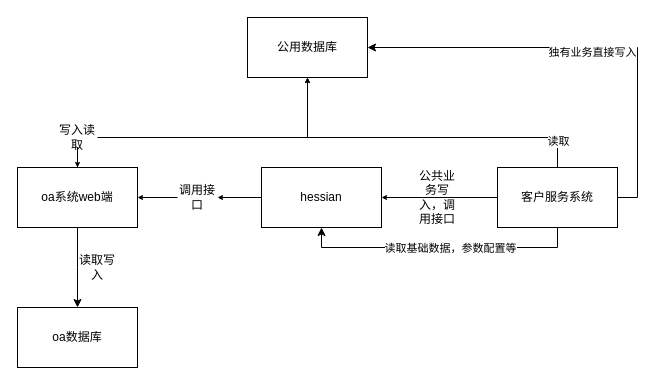
The draw.io diagram newModel.drawio in lin-owen/hello-world, before the edit. Source tidied: cells renumbered, new cells numbered last; positions are measured from the earlier drawing's top-left corner, leaving out a move shared by most shapes. Both pictures are drawn from the tidied source at 100%, with x=0, y=0 at pixel (17, 17).
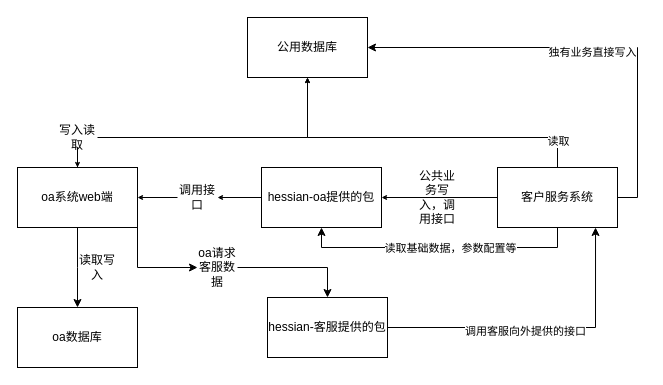
Above is the later version.

Unchanged cells that the change refers to:
```xml
<mxCell id="4" value="oa系统web端" style="rounded=0;whiteSpace=wrap;html=1;" parent="1" vertex="1">
  <mxGeometry y="150" width="120" height="60" as="geometry" />
</mxCell>
<mxCell id="14" value="客户服务系统" style="rounded=0;whiteSpace=wrap;html=1;" parent="1" vertex="1">
  <mxGeometry x="480" y="150" width="120" height="60" as="geometry" />
</mxCell>
```

Change to the diagram source:
```diff
@@
+    <mxCell id="23" style="edgeStyle=orthogonalEdgeStyle;rounded=0;jettySize=auto;html=1;exitX=1;exitY=1;exitDx=0;exitDy=0;entryX=0;entryY=0.5;entryDx=0;entryDy=0;" parent="1" edge="1" source="4" target="25">
+      <mxGeometry relative="1" as="geometry" />
+    </mxCell>
@@
-    <mxCell id="6" value="hessian" style="rounded=0;whiteSpace=wrap;html=1;" parent="1" vertex="1">
+    <mxCell id="6" value="hessian-oa提供的包" style="rounded=0;whiteSpace=wrap;html=1;" parent="1" vertex="1">
       <mxGeometry x="244" y="150" width="120" height="60" as="geometry" />
     </mxCell>
@@
     <mxCell id="12" style="edgeStyle=orthogonalEdgeStyle;rounded=0;jettySize=auto;html=1;exitX=0.5;exitY=1;exitDx=0;exitDy=0;entryX=0.5;entryY=1;entryDx=0;entryDy=0;" parent="1" edge="1" source="14" target="6">
-      <mxGeometry relative="1" as="geometry" />
+      <mxGeometry relative="1" as="geometry">
+        <Array as="points">
+          <mxPoint x="540" y="230" />
+          <mxPoint x="304" y="230" />
+        </Array>
+      </mxGeometry>
     </mxCell>
@@
+    <mxCell id="24" style="edgeStyle=orthogonalEdgeStyle;rounded=0;jettySize=auto;html=1;exitX=1;exitY=0.5;exitDx=0;exitDy=0;entryX=0.5;entryY=0;entryDx=0;entryDy=0;" parent="1" edge="1" source="25" target="28">
+      <mxGeometry relative="1" as="geometry" />
+    </mxCell>
+    <mxCell id="25" value="oa请求客服数据" style="text;html=1;strokeColor=none;fillColor=none;align=center;verticalAlign=middle;whiteSpace=wrap;rounded=0;" parent="1" vertex="1">
+      <mxGeometry x="180" y="240" width="40" height="20" as="geometry" />
+    </mxCell>
+    <mxCell id="26" style="edgeStyle=orthogonalEdgeStyle;rounded=0;jettySize=auto;html=1;entryX=0.817;entryY=1;entryDx=0;entryDy=0;entryPerimeter=0;" parent="1" edge="1" source="28" target="14">
+      <mxGeometry relative="1" as="geometry" />
+    </mxCell>
+    <mxCell id="27" value="调用客服向外提供的接口" style="edgeLabel;html=1;align=center;verticalAlign=middle;" parent="26" vertex="1">
+      <mxGeometry x="-0.11" y="-3" relative="1" as="geometry" />
+    </mxCell>
+    <mxCell id="28" value="&lt;span&gt;hessian-客服提供的包&lt;/span&gt;" style="rounded=0;whiteSpace=wrap;html=1;" parent="1" vertex="1">
+      <mxGeometry x="250" y="280" width="120" height="60" as="geometry" />
+    </mxCell>
```
